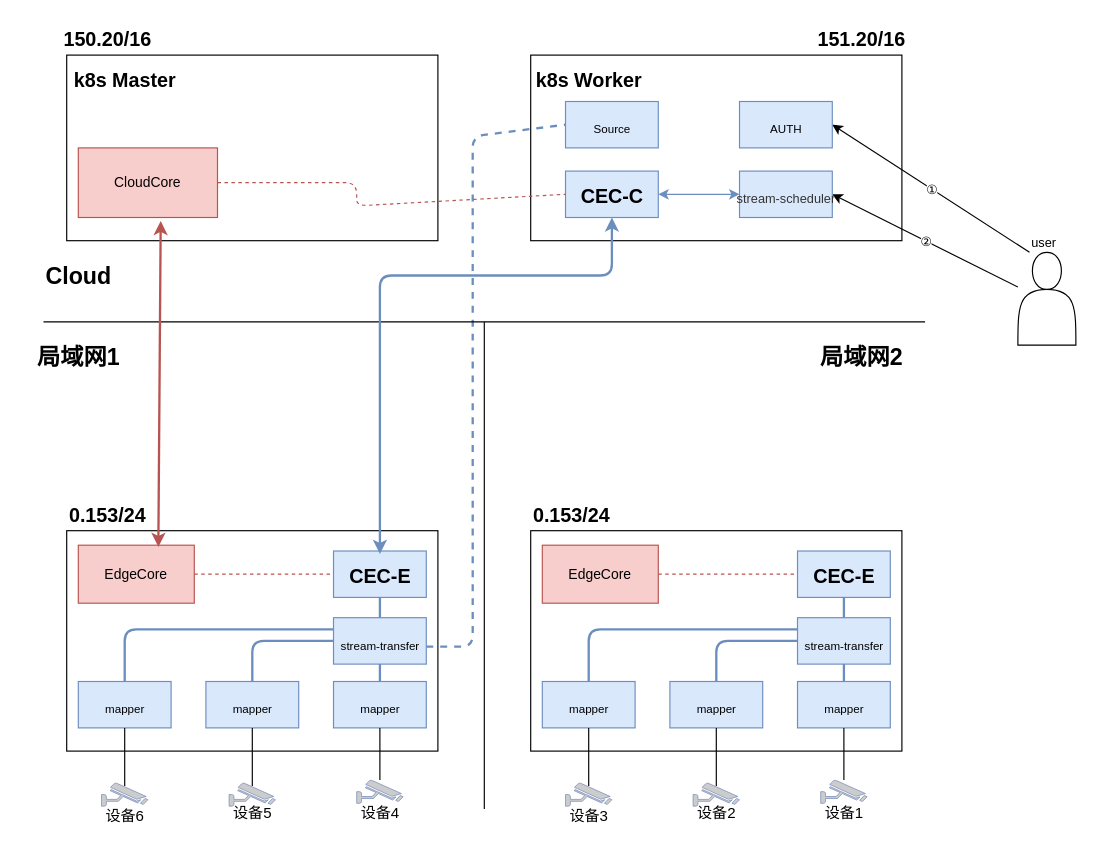
The draw.io diagram Untitled Diagram.drawio in luckymark/c2019, before the edit. Source tidied: cells renumbered, new cells numbered last; positions are measured from the earlier drawing's top-left corner, leaving out a move shared by most shapes. Both pictures are drawn from the tidied source at 116%, with x=0, y=0 at pixel (20, 20).
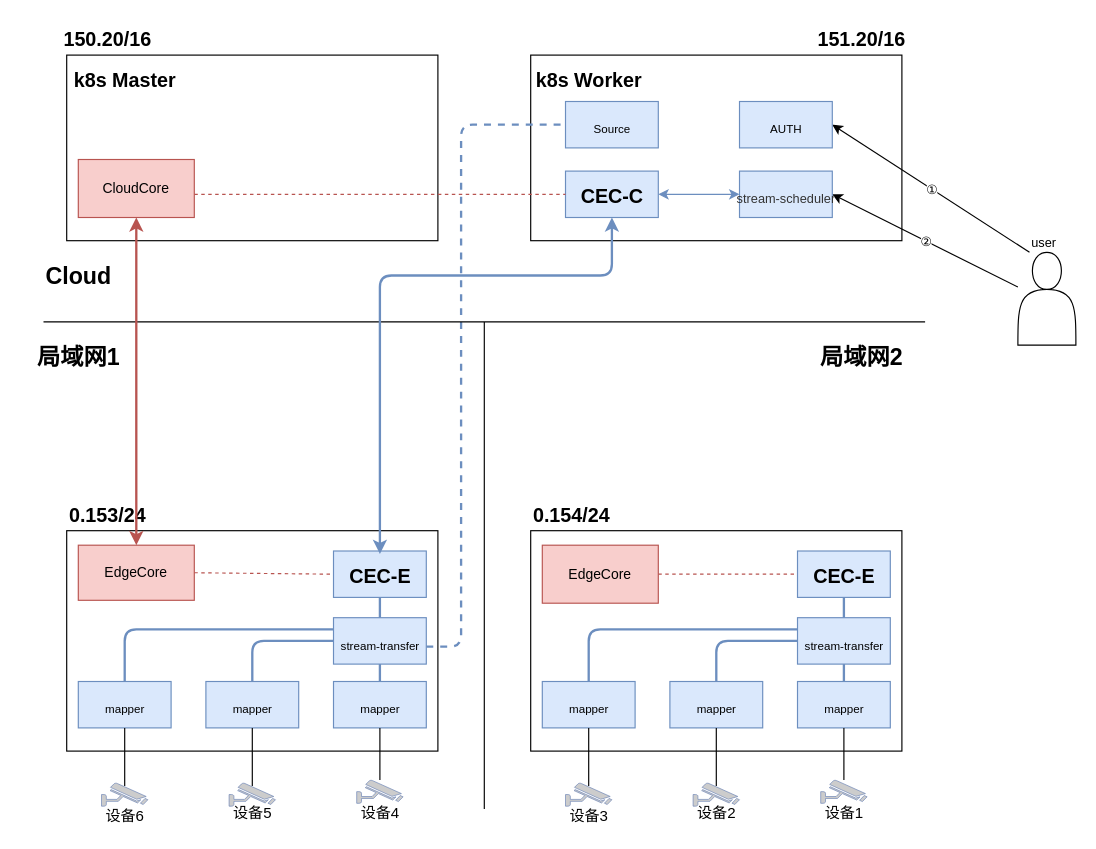
Above is the later version.

Unchanged cells that the change refers to:
```xml
<mxCell id="7" value="&lt;font style=&quot;font-size: 17px&quot;&gt;CEC-C&lt;/font&gt;" style="text;strokeColor=#6c8ebf;fillColor=#dae8fc;html=1;fontSize=24;fontStyle=1;verticalAlign=middle;align=center;" parent="1" vertex="1">
  <mxGeometry x="470" y="130" width="80" height="40" as="geometry" />
</mxCell>
<mxCell id="47" style="group;rotation=180;" parent="1" vertex="1">
  <mxGeometry x="440" y="410" width="320" height="287.5" as="geometry" />
</mxCell>
<mxCell id="71" value="&lt;span style=&quot;font-size: 10px ; font-weight: 400&quot;&gt;Source&lt;/span&gt;" style="text;strokeColor=#6c8ebf;fillColor=#dae8fc;html=1;fontSize=24;fontStyle=1;verticalAlign=middle;align=center;strokeWidth=1;" parent="1" vertex="1">
  <mxGeometry x="470" y="70" width="80" height="40" as="geometry" />
</mxCell>
```

Change to the diagram source:
```diff
@@
     <mxCell id="24" style="endArrow=none;dashed=1;html=1;strokeWidth=2;exitX=0;exitY=0;exitDx=100;exitDy=35;exitPerimeter=0;fillColor=#dae8fc;strokeColor=#6c8ebf;entryX=0;entryY=0.5;entryDx=0;entryDy=0;" parent="1" edge="1" target="71">
       <mxGeometry relative="1" as="geometry">
         <mxPoint x="350" y="540" as="sourcePoint" />
         <Array as="points">
-          <mxPoint x="390" y="540" />
-          <mxPoint x="390" y="300" />
-          <mxPoint x="390" y="100" />
+          <mxPoint x="380" y="540" />
+          <mxPoint x="380" y="310" />
+          <mxPoint x="380" y="90" />
         </Array>
       </mxGeometry>
     </mxCell>
-    <mxCell id="25" style="endArrow=none;dashed=1;html=1;strokeWidth=1;entryX=0;entryY=0.5;entryDx=0;entryDy=0;fillColor=#f8cecc;strokeColor=#b85450;exitX=1;exitY=0.5;exitDx=0;exitDy=0;" parent="1" edge="1" source="32" target="7">
+    <mxCell id="25" style="endArrow=none;dashed=1;html=1;strokeWidth=1;entryX=0;entryY=0.5;entryDx=0;entryDy=0;fillColor=#f8cecc;strokeColor=#b85450;" parent="1" edge="1" target="7">
       <mxGeometry relative="1" as="geometry">
+        <mxPoint x="150" y="150" as="sourcePoint" />
         <Array as="points">
-          <mxPoint x="290" y="140" />
-          <mxPoint x="290" y="160" />
+          <mxPoint x="290" y="150" />
         </Array>
       </mxGeometry>
     </mxCell>
@@
     <mxCell id="32" value="CloudCore" style="rounded=0;whiteSpace=wrap;html=1;strokeWidth=1;fillColor=#f8cecc;strokeColor=#b85450;" parent="1" vertex="1">
-      <mxGeometry x="50" y="110" width="120" height="60" as="geometry" />
+      <mxGeometry x="50" y="120" width="100" height="50" as="geometry" />
     </mxCell>
     <mxCell id="33" value="EdgeCore" style="rounded=0;whiteSpace=wrap;html=1;strokeWidth=1;fillColor=#f8cecc;strokeColor=#b85450;" parent="1" vertex="1">
-      <mxGeometry x="50" y="452.5" width="100" height="50" as="geometry" />
+      <mxGeometry x="50" y="452.5" width="100" height="47.5" as="geometry" />
     </mxCell>
@@
-    <mxCell id="50" value="&lt;span style=&quot;font-size: 17px&quot;&gt;0.153/24&lt;/span&gt;" style="text;strokeColor=none;fillColor=none;html=1;fontSize=24;fontStyle=1;verticalAlign=middle;align=center;strokeWidth=1;" parent="47" vertex="1">
+    <mxCell id="50" value="&lt;span style=&quot;font-size: 17px&quot;&gt;0.154/24&lt;/span&gt;" style="text;strokeColor=none;fillColor=none;html=1;fontSize=24;fontStyle=1;verticalAlign=middle;align=center;strokeWidth=1;" parent="47" vertex="1">
       <mxGeometry width="70" height="30" as="geometry" />
     </mxCell>
@@
-    <mxCell id="70" style="endArrow=classic;startArrow=classic;html=1;strokeWidth=2;entryX=0.592;entryY=1.05;entryDx=0;entryDy=0;fillColor=#f8cecc;strokeColor=#b85450;exitX=0.69;exitY=0.03;exitDx=0;exitDy=0;exitPerimeter=0;entryPerimeter=0;" parent="1" edge="1" source="33" target="32">
+    <mxCell id="70" style="endArrow=classic;startArrow=classic;html=1;strokeWidth=2;fillColor=#f8cecc;strokeColor=#b85450;exitX=0.5;exitY=0;exitDx=0;exitDy=0;entryX=0.5;entryY=1;entryDx=0;entryDy=0;" parent="1" edge="1" source="33" target="32">
       <mxGeometry relative="1" as="geometry" />
     </mxCell>
```
